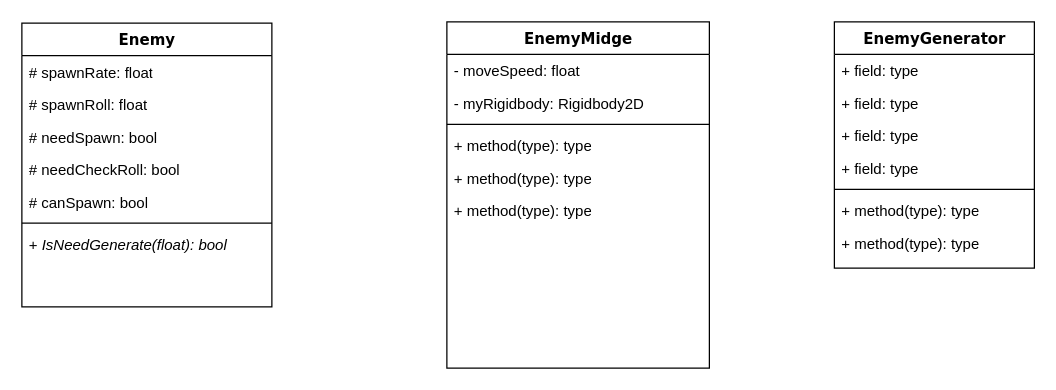
This is Enemies.drawio from behowtour/ITS, a draw.io file, before an edit. Source tidied: cells renumbered, new cells numbered last; positions are measured from the earlier drawing's top-left corner, leaving out a move shared by most shapes. Both pictures are drawn from the tidied source at 125%, with x=0, y=0 at pixel (21, 21).
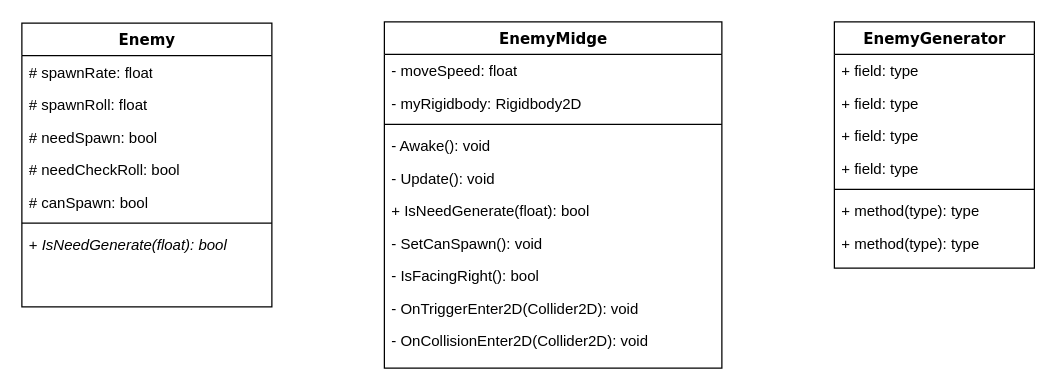
The same diagram, later.

What changed in the source:
```diff
@@
     <mxCell id="10" value="EnemyMidge" style="swimlane;html=1;fontStyle=1;align=center;verticalAlign=top;horizontal=1;startSize=26;swimlaneFillColor=#ffffff;rounded=0;shadow=0;comic=0;labelBackgroundColor=none;strokeWidth=1;fillColor=none;fontFamily=Verdana;fontSize=12;" parent="1" vertex="1">
-      <mxGeometry x="340" width="210" height="277" as="geometry" />
+      <mxGeometry x="290" width="270" height="277" as="geometry" />
     </mxCell>
     <mxCell id="11" value="- moveSpeed: float" style="text;html=1;strokeColor=none;fillColor=none;align=left;verticalAlign=top;spacingLeft=4;spacingRight=4;whiteSpace=wrap;overflow=hidden;" parent="10" vertex="1">
-      <mxGeometry y="26" width="210" height="26" as="geometry" />
+      <mxGeometry y="26" width="270" height="26" as="geometry" />
     </mxCell>
     <mxCell id="12" value="- myRigidbody: Rigidbody2D" style="text;html=1;strokeColor=none;fillColor=none;align=left;verticalAlign=top;spacingLeft=4;spacingRight=4;whiteSpace=wrap;overflow=hidden;" parent="10" vertex="1">
-      <mxGeometry y="52" width="210" height="26" as="geometry" />
+      <mxGeometry y="52" width="270" height="26" as="geometry" />
     </mxCell>
     <mxCell id="13" style="line;html=1;strokeWidth=1;fillColor=none;align=left;verticalAlign=middle;spacingTop=-1;spacingLeft=3;spacingRight=3;labelPosition=right;" parent="10" vertex="1">
-      <mxGeometry y="78" width="210" height="8" as="geometry" />
+      <mxGeometry y="78" width="270" height="8" as="geometry" />
     </mxCell>
-    <mxCell id="14" value="+ method(type): type" style="text;html=1;strokeColor=none;fillColor=none;align=left;verticalAlign=top;spacingLeft=4;spacingRight=4;whiteSpace=wrap;overflow=hidden;" parent="10" vertex="1">
-      <mxGeometry y="86" width="210" height="26" as="geometry" />
+    <mxCell id="14" value="- Awake(): void" style="text;html=1;strokeColor=none;fillColor=none;align=left;verticalAlign=top;spacingLeft=4;spacingRight=4;whiteSpace=wrap;overflow=hidden;" parent="10" vertex="1">
+      <mxGeometry y="86" width="270" height="26" as="geometry" />
     </mxCell>
-    <mxCell id="15" value="+ method(type): type" style="text;html=1;strokeColor=none;fillColor=none;align=left;verticalAlign=top;spacingLeft=4;spacingRight=4;whiteSpace=wrap;overflow=hidden;" parent="10" vertex="1">
-      <mxGeometry y="112" width="210" height="26" as="geometry" />
+    <mxCell id="15" value="- Update(): void" style="text;html=1;strokeColor=none;fillColor=none;align=left;verticalAlign=top;spacingLeft=4;spacingRight=4;whiteSpace=wrap;overflow=hidden;" parent="10" vertex="1">
+      <mxGeometry y="112" width="270" height="26" as="geometry" />
     </mxCell>
-    <mxCell id="16" value="+ method(type): type" style="text;html=1;strokeColor=none;fillColor=none;align=left;verticalAlign=top;spacingLeft=4;spacingRight=4;whiteSpace=wrap;overflow=hidden;" parent="10" vertex="1">
-      <mxGeometry y="138" width="210" height="26" as="geometry" />
+    <mxCell id="16" value="+ IsNeedGenerate(float): bool&amp;nbsp;" style="text;html=1;strokeColor=none;fillColor=none;align=left;verticalAlign=top;spacingLeft=4;spacingRight=4;whiteSpace=wrap;overflow=hidden;" parent="10" vertex="1">
+      <mxGeometry y="138" width="270" height="26" as="geometry" />
     </mxCell>
+    <mxCell id="25" value="- SetCanSpawn(): void" style="text;html=1;strokeColor=none;fillColor=none;align=left;verticalAlign=top;spacingLeft=4;spacingRight=4;whiteSpace=wrap;overflow=hidden;" parent="10" vertex="1">
+      <mxGeometry y="164" width="270" height="26" as="geometry" />
+    </mxCell>
+    <mxCell id="26" value="- IsFacingRight(): bool" style="text;html=1;strokeColor=none;fillColor=none;align=left;verticalAlign=top;spacingLeft=4;spacingRight=4;whiteSpace=wrap;overflow=hidden;" parent="10" vertex="1">
+      <mxGeometry y="190" width="270" height="26" as="geometry" />
+    </mxCell>
+    <mxCell id="27" value="-&amp;nbsp;OnTriggerEnter2D(Collider2D): void" style="text;html=1;strokeColor=none;fillColor=none;align=left;verticalAlign=top;spacingLeft=4;spacingRight=4;whiteSpace=wrap;overflow=hidden;" parent="10" vertex="1">
+      <mxGeometry y="216" width="270" height="26" as="geometry" />
+    </mxCell>
+    <mxCell id="28" value="-&amp;nbsp;OnCollisionEnter2D(Collider2D): void" style="text;html=1;strokeColor=none;fillColor=none;align=left;verticalAlign=top;spacingLeft=4;spacingRight=4;whiteSpace=wrap;overflow=hidden;" parent="10" vertex="1">
+      <mxGeometry y="242" width="270" height="26" as="geometry" />
+    </mxCell>
```
